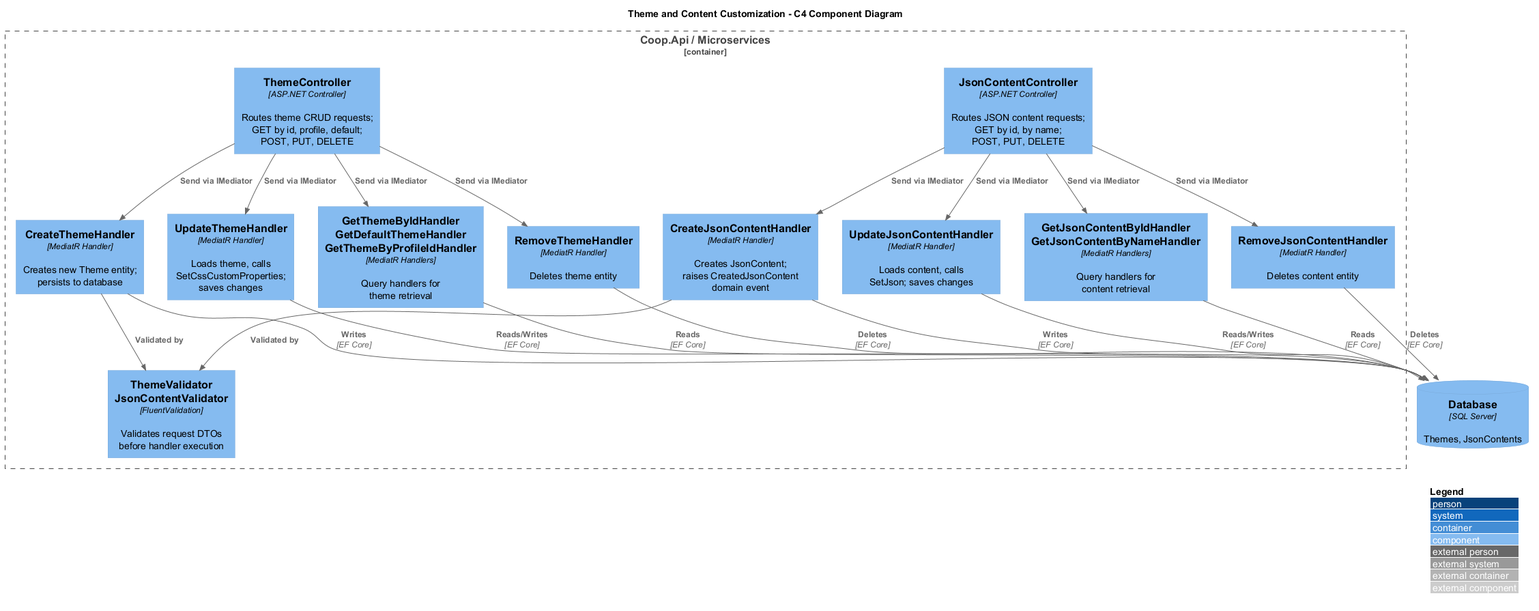
Earlier version of the PlantUML export docs/detailed-designs/10-theme-and-content-customization/c4-component.png (QuinntyneBrown/Coop).
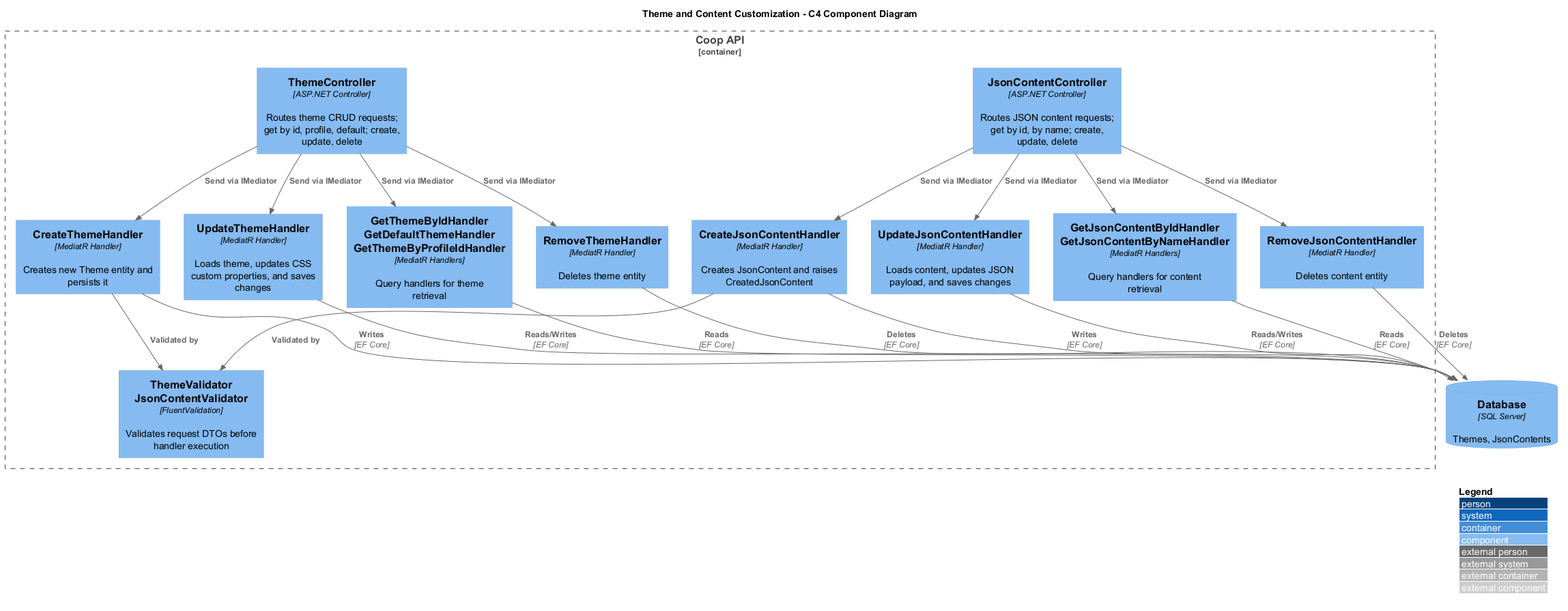
Above is the later version.

Commit message:
Update onboarding and theme customization diagram images

The edit, as a diff of the source:
```diff
@@ -6,29 +6,29 @@
 
 title Theme and Content Customization - C4 Component Diagram
 
-Container_Boundary(api, "Coop.Api / Microservices") {
+Container_Boundary(api, "Coop API") {
 
-    Component(themeCtrl, "ThemeController", "ASP.NET Controller", "Routes theme CRUD requests;\nGET by id, profile, default;\nPOST, PUT, DELETE")
+    Component(themeCtrl, "ThemeController", "ASP.NET Controller", "Routes theme CRUD requests; get by id, profile, default; create, update, delete")
 
-    Component(jsonCtrl, "JsonContentController", "ASP.NET Controller", "Routes JSON content requests;\nGET by id, by name;\nPOST, PUT, DELETE")
+    Component(jsonCtrl, "JsonContentController", "ASP.NET Controller", "Routes JSON content requests; get by id, by name; create, update, delete")
 
-    Component(createThemeH, "CreateThemeHandler", "MediatR Handler", "Creates new Theme entity;\npersists to database")
+    Component(createThemeH, "CreateThemeHandler", "MediatR Handler", "Creates new Theme entity and persists it")
 
-    Component(updateThemeH, "UpdateThemeHandler", "MediatR Handler", "Loads theme, calls\nSetCssCustomProperties;\nsaves changes")
+    Component(updateThemeH, "UpdateThemeHandler", "MediatR Handler", "Loads theme, updates CSS custom properties, and saves changes")
 
-    Component(getThemeH, "GetThemeByIdHandler\nGetDefaultThemeHandler\nGetThemeByProfileIdHandler", "MediatR Handlers", "Query handlers for\ntheme retrieval")
+    Component(getThemeH, "GetThemeByIdHandler\nGetDefaultThemeHandler\nGetThemeByProfileIdHandler", "MediatR Handlers", "Query handlers for theme retrieval")
 
     Component(removeThemeH, "RemoveThemeHandler", "MediatR Handler", "Deletes theme entity")
 
-    Component(createJsonH, "CreateJsonContentHandler", "MediatR Handler", "Creates JsonContent;\nraises CreatedJsonContent\ndomain event")
+    Component(createJsonH, "CreateJsonContentHandler", "MediatR Handler", "Creates JsonContent and raises CreatedJsonContent")
 
-    Component(updateJsonH, "UpdateJsonContentHandler", "MediatR Handler", "Loads content, calls\nSetJson; saves changes")
+    Component(updateJsonH, "UpdateJsonContentHandler", "MediatR Handler", "Loads content, updates JSON payload, and saves changes")
 
-    Component(getJsonH, "GetJsonContentByIdHandler\nGetJsonContentByNameHandler", "MediatR Handlers", "Query handlers for\ncontent retrieval")
+    Component(getJsonH, "GetJsonContentByIdHandler\nGetJsonContentByNameHandler", "MediatR Handlers", "Query handlers for content retrieval")
 
     Component(removeJsonH, "RemoveJsonContentHandler", "MediatR Handler", "Deletes content entity")
 
-    Component(validator, "ThemeValidator\nJsonContentValidator", "FluentValidation", "Validates request DTOs\nbefore handler execution")
+    Component(validator, "ThemeValidator\nJsonContentValidator", "FluentValidation", "Validates request DTOs before handler execution")
 }
 
 ComponentDb(db, "Database", "SQL Server", "Themes, JsonContents")
```
